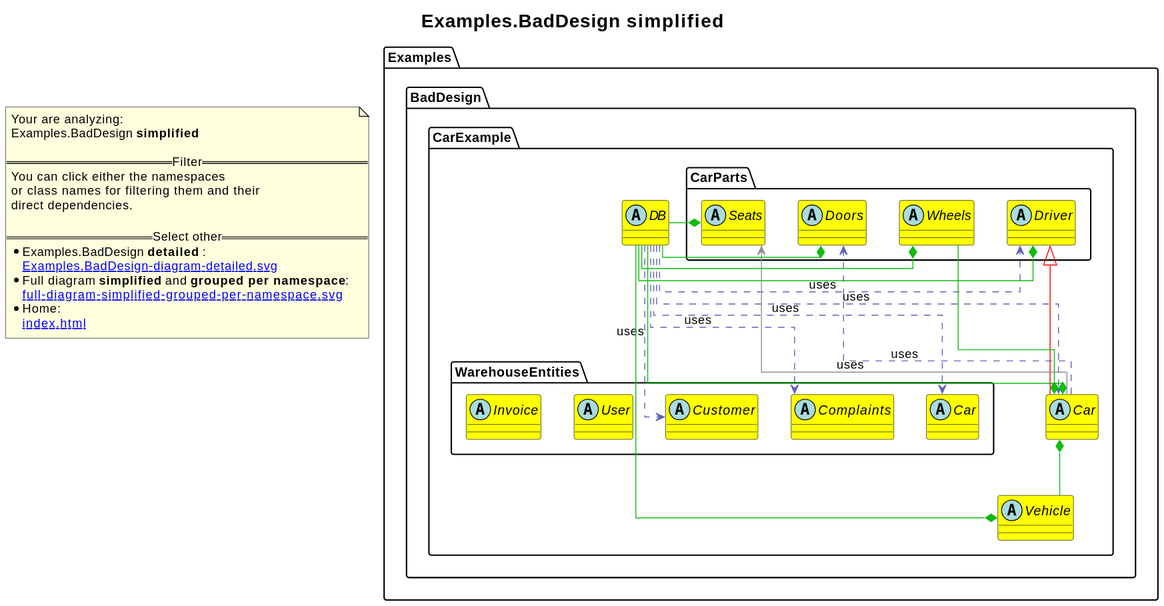
2BlackCoffees/revenger keeps this PlantUML diagram as revenger-csharp-adapter.out/Examples.BadDesign-diagram-simplified.svg. Above is the earlier version.
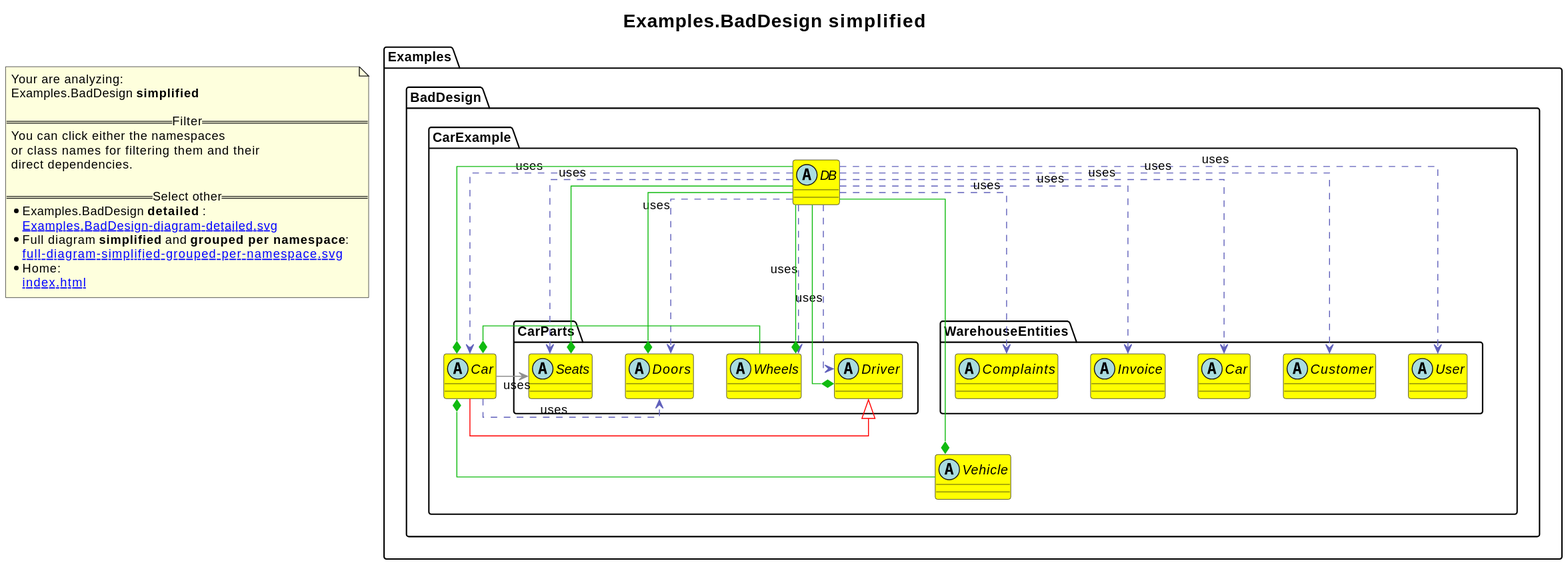
Above is the later version.

Change to the diagram source:
```diff
@@ -16,21 +16,26 @@
       }
       abstract class Examples.BadDesign.CarExample.CarParts.Seats [[Examples.BadDesign.CarExample.CarParts.Seats-diagram-simplified.svg]] #yellow {
       }
+      abstract class Examples.BadDesign.CarExample.WarehouseEntities.User [[Examples.BadDesign.CarExample.WarehouseEntities.User-diagram-simplified.svg]] #yellow {
+      }
+      abstract class Examples.BadDesign.CarExample.WarehouseEntities.Customer [[Examples.BadDesign.CarExample.WarehouseEntities.Customer-diagram-simplified.svg]] #yellow {
+      }
       abstract class Examples.BadDesign.CarExample.WarehouseEntities.Car [[Examples.BadDesign.CarExample.WarehouseEntities.Car-diagram-simplified.svg]] #yellow {
+      }
+      abstract class Examples.BadDesign.CarExample.WarehouseEntities.Invoice [[Examples.BadDesign.CarExample.WarehouseEntities.Invoice-diagram-simplified.svg]] #yellow {
       }
       abstract class Examples.BadDesign.CarExample.WarehouseEntities.Complaints [[Examples.BadDesign.CarExample.WarehouseEntities.Complaints-diagram-simplified.svg]] #yellow {
       }
-      abstract class Examples.BadDesign.CarExample.WarehouseEntities.Customer [[Examples.BadDesign.CarExample.WarehouseEntities.Customer-diagram-simplified.svg]] #yellow {
-      }
-      abstract class Examples.BadDesign.CarExample.WarehouseEntities.User [[Examples.BadDesign.CarExample.WarehouseEntities.User-diagram-simplified.svg]] #yellow {
-      }
-      abstract class Examples.BadDesign.CarExample.WarehouseEntities.Invoice [[Examples.BadDesign.CarExample.WarehouseEntities.Invoice-diagram-simplified.svg]] #yellow {
-      }
+Examples.BadDesign.CarExample.DB .[#6060BB].> Examples.BadDesign.CarExample.WarehouseEntities.User  : uses
+Examples.BadDesign.CarExample.DB .[#6060BB].> Examples.BadDesign.CarExample.WarehouseEntities.Customer  : uses
 Examples.BadDesign.CarExample.DB .[#6060BB].> Examples.BadDesign.CarExample.WarehouseEntities.Car  : uses
+Examples.BadDesign.CarExample.DB .[#6060BB].> Examples.BadDesign.CarExample.WarehouseEntities.Invoice  : uses
 Examples.BadDesign.CarExample.DB .[#6060BB].> Examples.BadDesign.CarExample.WarehouseEntities.Complaints  : uses
-Examples.BadDesign.CarExample.DB .[#6060BB].> Examples.BadDesign.CarExample.WarehouseEntities.Customer  : uses
+Examples.BadDesign.CarExample.DB .[#6060BB].> Examples.BadDesign.CarExample.Car  : uses
 Examples.BadDesign.CarExample.DB .[#6060BB].> Examples.BadDesign.CarExample.CarParts.Driver  : uses
-Examples.BadDesign.CarExample.DB .[#6060BB].> Examples.BadDesign.CarExample.Car  : uses
+Examples.BadDesign.CarExample.DB .[#6060BB].> Examples.BadDesign.CarExample.CarParts.Wheels  : uses
+Examples.BadDesign.CarExample.DB .[#6060BB].> Examples.BadDesign.CarExample.CarParts.Doors  : uses
+Examples.BadDesign.CarExample.DB .[#6060BB].> Examples.BadDesign.CarExample.CarParts.Seats  : uses
 Examples.BadDesign.CarExample.CarParts.Driver <|-[#red]- Examples.BadDesign.CarExample.Car
 Examples.BadDesign.CarExample.Car *-[#10BB10]- Examples.BadDesign.CarExample.CarParts.Wheels
 Examples.BadDesign.CarExample.Car *-[#10BB10]- Examples.BadDesign.CarExample.Vehicle
```
